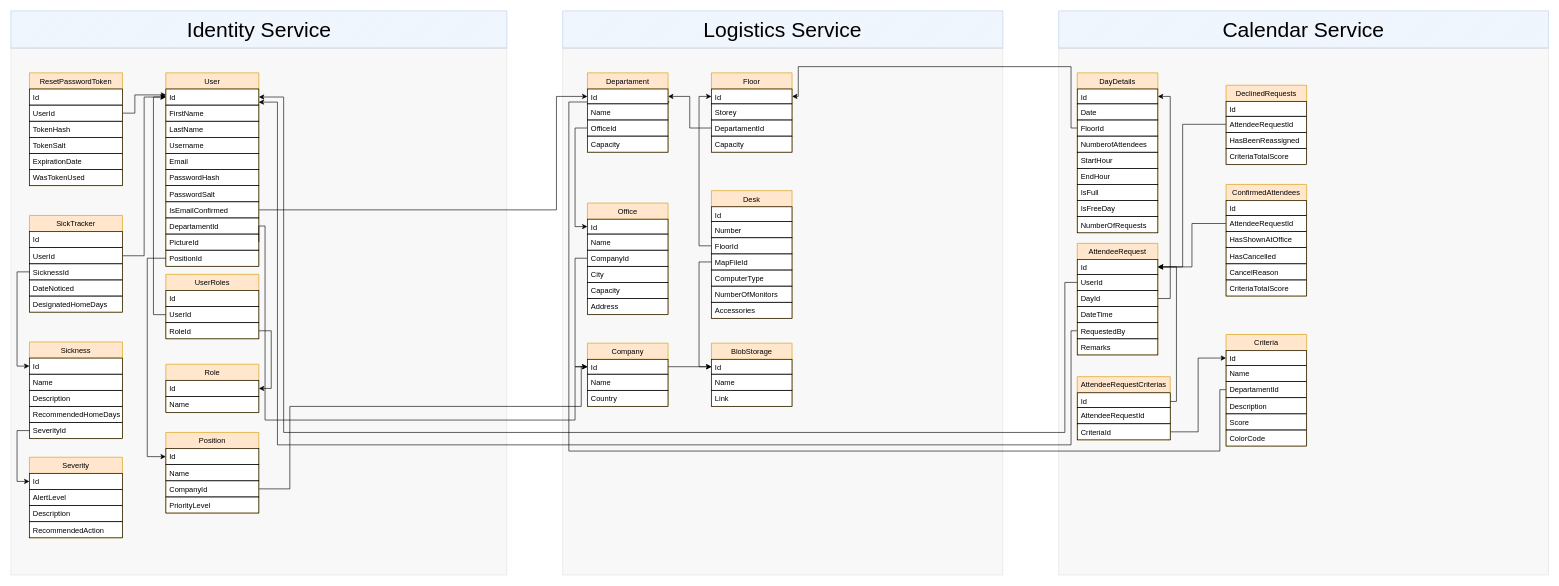
Before: Koala DB.drawio in dariusmunteanu/Diagrams, a draw.io diagram. Source tidied: cells renumbered, new cells numbered last; positions are measured from the earlier drawing's top-left corner, leaving out a move shared by most shapes. Both pictures are drawn from the tidied source at 62%, with x=0, y=0 at pixel (11, 11).
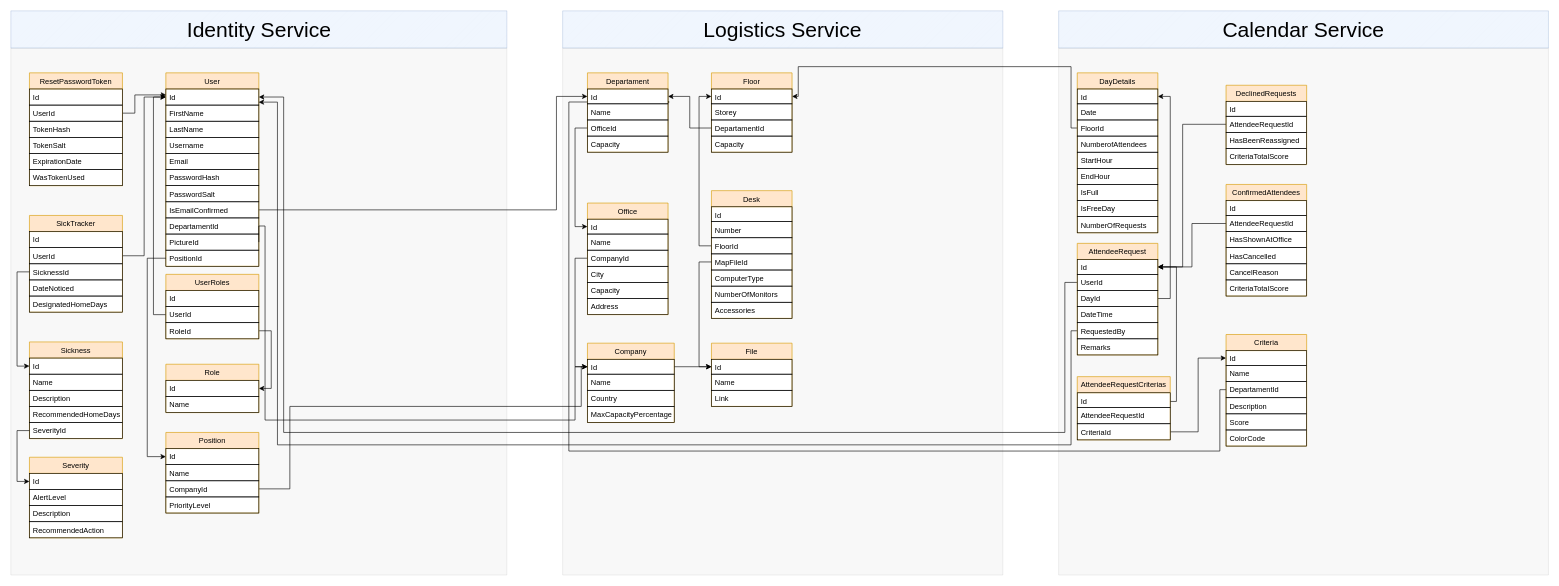
Above is the later version.

The edit, as a diff of the source:
```diff
@@
-    <mxCell id="80" value="BlobStorage" style="swimlane;fontStyle=0;horizontal=1;startSize=26;fillColor=#ffe6cc;swimlaneFillColor=#ffffff;rounded=0;strokeColor=#d79b00;" parent="1" vertex="1">
+    <mxCell id="80" value="File" style="swimlane;fontStyle=0;horizontal=1;startSize=26;fillColor=#ffe6cc;swimlaneFillColor=#ffffff;rounded=0;strokeColor=#d79b00;" parent="1" vertex="1">
       <mxGeometry x="1130" y="536" width="130" height="102" as="geometry" />
     </mxCell>
@@
     <mxCell id="84" value="Company" style="swimlane;fontStyle=0;horizontal=1;startSize=26;fillColor=#ffe6cc;swimlaneFillColor=#ffffff;rounded=0;strokeColor=#d79b00;" parent="1" vertex="1">
-      <mxGeometry x="930" y="536" width="130" height="102" as="geometry" />
+      <mxGeometry x="930" y="536" width="140" height="128" as="geometry" />
     </mxCell>
     <mxCell id="85" value="Id" style="text;fillColor=none;align=left;verticalAlign=top;spacingLeft=4;spacingRight=4;overflow=hidden;points=[[0,0.5],[1,0.5]];portConstraint=eastwest;strokeColor=#000000;" parent="84" vertex="1">
-      <mxGeometry y="26" width="130" height="24" as="geometry" />
+      <mxGeometry y="26" width="140" height="24" as="geometry" />
     </mxCell>
     <mxCell id="86" value="Name" style="text;fillColor=none;align=left;verticalAlign=top;spacingLeft=4;spacingRight=4;overflow=hidden;strokeColor=#000000;" parent="84" vertex="1">
-      <mxGeometry y="50" width="130" height="26" as="geometry" />
+      <mxGeometry y="50" width="140" height="26" as="geometry" />
     </mxCell>
     <mxCell id="87" value="Country" style="text;fillColor=none;align=left;verticalAlign=top;spacingLeft=4;spacingRight=4;overflow=hidden;strokeColor=#000000;" parent="84" vertex="1">
-      <mxGeometry y="76" width="130" height="26" as="geometry" />
+      <mxGeometry y="76" width="140" height="26" as="geometry" />
     </mxCell>
+    <mxCell id="156" value="MaxCapacityPercentage" style="text;fillColor=none;align=left;verticalAlign=top;spacingLeft=4;spacingRight=4;overflow=hidden;strokeColor=#000000;" parent="84" vertex="1">
+      <mxGeometry y="102" width="140" height="26" as="geometry" />
+    </mxCell>
```
